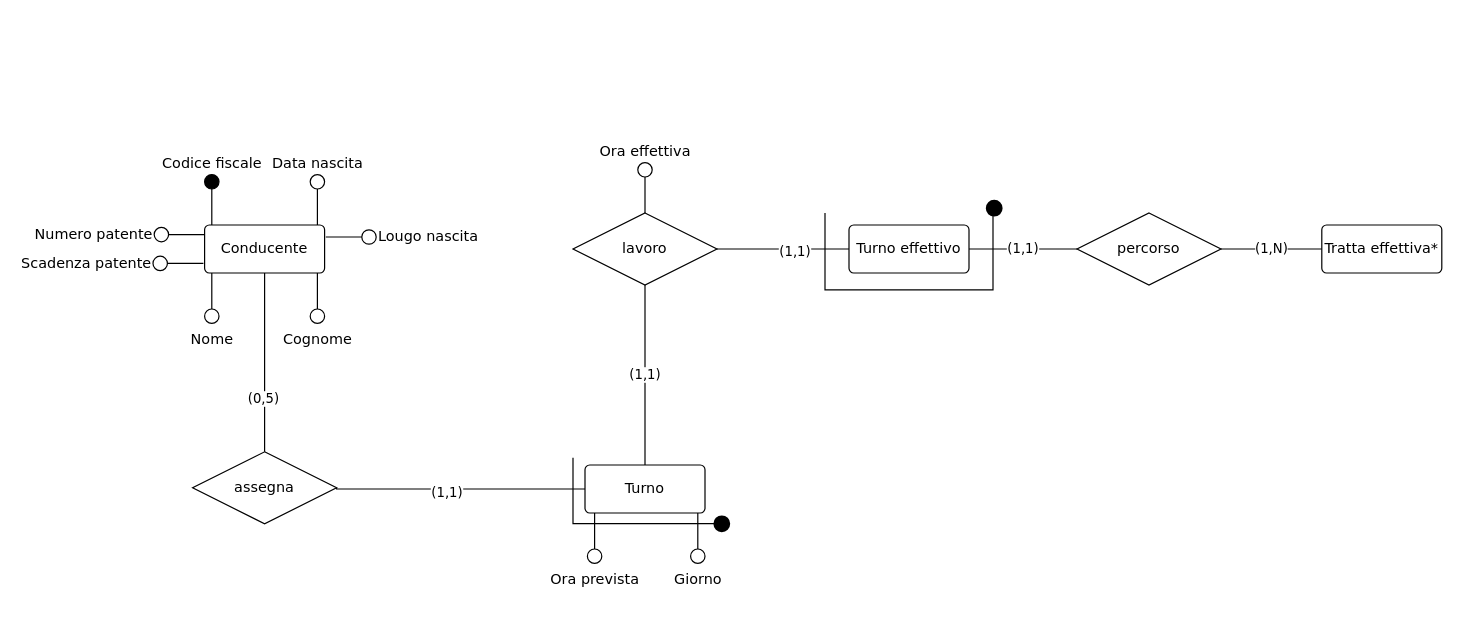
Earlier version of the draw.io diagram page "Turni" (2 of 4) of doc/ER-Diagram.drawio (FNX-hub/Public-Transport-DB). Source tidied: cells renumbered, new cells numbered last; positions are measured from the earlier drawing's top-left corner, leaving out a move shared by most shapes. Both pictures are drawn from the tidied source at 120%, with x=0, y=0 at pixel (152, 162).
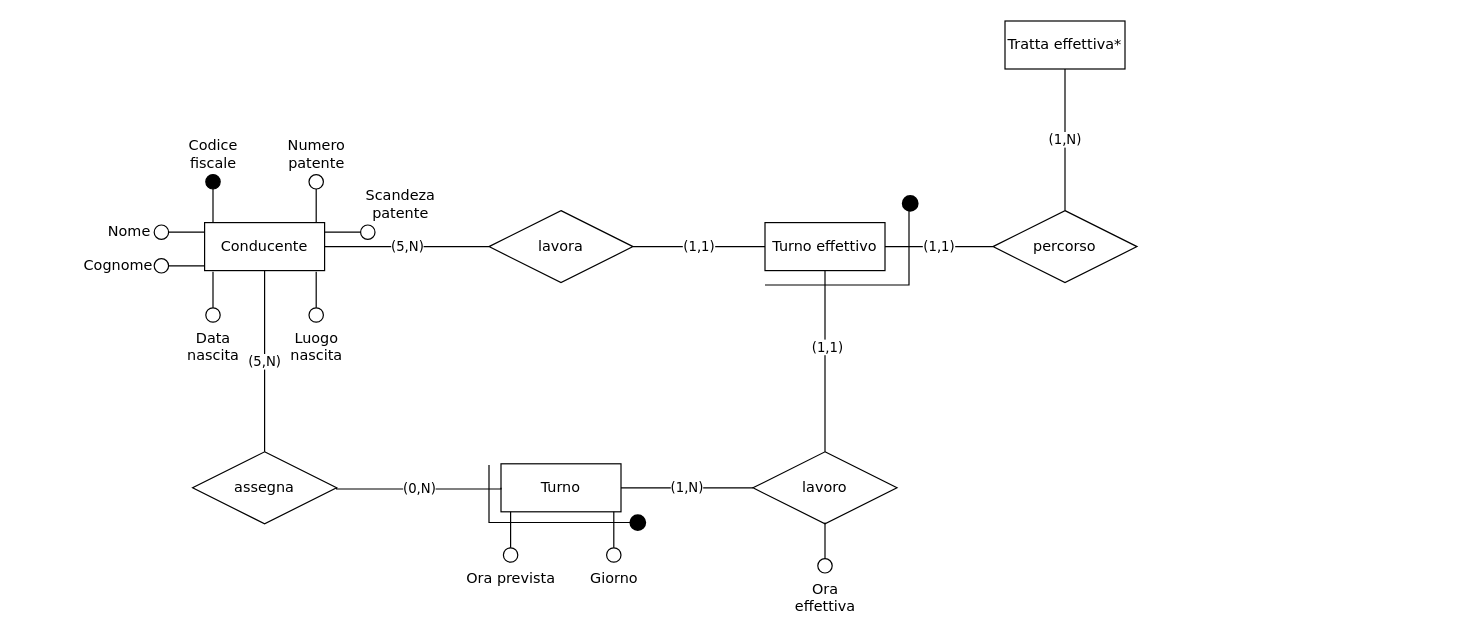
The same page after the edit.

What changed in the source:
```diff
@@
+    <mxCell id="3" value="&lt;div&gt;Codice&lt;/div&gt;&lt;div&gt;fiscale&lt;/div&gt;" style="shape=mxgraph.pid.fittings.blind_disc;html=1;align=center;verticalLabelPosition=top;verticalAlign=bottom;dashed=0;labelPosition=center;strokeWidth=1;fillColor=#FFFFFF;fontFamily=Verdana;direction=east;rounded=0;" parent="1" vertex="1">
+      <mxGeometry x="44" y="10" width="12" height="42" as="geometry" />
+    </mxCell>
+    <mxCell id="8" value="&lt;div&gt;Numero&lt;/div&gt;&lt;div&gt;patente&lt;br&gt;&lt;/div&gt;" style="shape=mxgraph.pid.fittings.open_disc;html=1;align=center;verticalLabelPosition=top;verticalAlign=bottom;dashed=0;labelPosition=center;horizontal=1;direction=east;labelBackgroundColor=none;labelBorderColor=none;fontFamily=Verdana;rounded=0;" parent="1" vertex="1">
+      <mxGeometry x="130" y="10" width="12" height="42" as="geometry" />
+    </mxCell>
+    <mxCell id="6" value="Nome" style="shape=mxgraph.pid.fittings.open_disc;html=1;align=center;verticalLabelPosition=middle;verticalAlign=middle;dashed=0;labelPosition=left;horizontal=1;direction=north;labelBackgroundColor=none;labelBorderColor=none;fontFamily=Verdana;rounded=0;" parent="1" vertex="1">
+      <mxGeometry x="1" y="52" width="42" height="12" as="geometry" />
+    </mxCell>
+    <mxCell id="5" value="Cognome" style="shape=mxgraph.pid.fittings.open_disc;html=1;align=right;verticalLabelPosition=middle;verticalAlign=middle;dashed=0;labelPosition=left;horizontal=1;direction=north;labelBackgroundColor=none;labelBorderColor=none;fontFamily=Verdana;rounded=0;" parent="1" vertex="1">
+      <mxGeometry x="1" y="80" width="42" height="12" as="geometry" />
+    </mxCell>
-    <mxCell id="2" value="Conducente" style="rounded=1;arcSize=10;whiteSpace=wrap;html=1;align=center;strokeWidth=1;fillColor=#FFFFFF;fontFamily=Verdana;" parent="1" vertex="1">
-      <mxGeometry x="43" y="52" width="100" height="40" as="geometry" />
+    <mxCell id="2" value="Conducente" style="arcSize=10;whiteSpace=wrap;html=1;align=center;strokeWidth=1;fillColor=#FFFFFF;fontFamily=Verdana;rounded=0;" parent="1" vertex="1">
+      <mxGeometry x="43" y="50" width="100" height="40" as="geometry" />
     </mxCell>
-    <mxCell id="3" value="Codice fiscale" style="shape=mxgraph.pid.fittings.blind_disc;html=1;align=center;verticalLabelPosition=top;verticalAlign=bottom;dashed=0;labelPosition=center;strokeWidth=1;fillColor=#FFFFFF;fontFamily=Verdana;" parent="1" vertex="1">
-      <mxGeometry x="43" y="10" width="12" height="42" as="geometry" />
-    </mxCell>
-    <mxCell id="4" value="&lt;div&gt;Data nascita&lt;/div&gt;" style="shape=mxgraph.pid.fittings.open_disc;html=1;align=center;verticalLabelPosition=top;verticalAlign=bottom;dashed=0;labelPosition=center;strokeWidth=1;fillColor=#FFFFFF;fontFamily=Verdana;" parent="1" vertex="1">
-      <mxGeometry x="131" y="10" width="12" height="42" as="geometry" />
+    <mxCell id="4" value="&lt;div&gt;Data&lt;/div&gt;&lt;div&gt;nascita&lt;br&gt;&lt;/div&gt;" style="shape=mxgraph.pid.fittings.open_disc;html=1;align=center;verticalLabelPosition=bottom;verticalAlign=top;dashed=0;labelPosition=center;strokeWidth=1;fillColor=#FFFFFF;fontFamily=Verdana;direction=west;rounded=0;" parent="1" vertex="1">
+      <mxGeometry x="44" y="91" width="12" height="42" as="geometry" />
     </mxCell>
-    <mxCell id="5" value="Cognome" style="shape=mxgraph.pid.fittings.open_disc;html=1;align=center;verticalLabelPosition=bottom;verticalAlign=top;dashed=0;labelPosition=center;horizontal=1;direction=west;strokeWidth=1;fillColor=#FFFFFF;fontFamily=Verdana;" parent="1" vertex="1">
-      <mxGeometry x="131" y="92" width="12" height="42" as="geometry" />
-    </mxCell>
-    <mxCell id="6" value="Nome" style="shape=mxgraph.pid.fittings.open_disc;html=1;align=center;verticalLabelPosition=bottom;verticalAlign=top;dashed=0;labelPosition=center;horizontal=1;direction=west;strokeWidth=1;fillColor=#FFFFFF;fontFamily=Verdana;" parent="1" vertex="1">
-      <mxGeometry x="43" y="92" width="12" height="42" as="geometry" />
-    </mxCell>
-    <mxCell id="7" value="&lt;div&gt;Lougo nascita&lt;/div&gt;" style="shape=mxgraph.pid.fittings.open_disc;html=1;align=left;verticalLabelPosition=middle;verticalAlign=middle;dashed=0;labelPosition=right;horizontal=1;direction=south;strokeWidth=1;fillColor=#FFFFFF;fontFamily=Verdana;" parent="1" vertex="1">
-      <mxGeometry x="144" y="56" width="42" height="12" as="geometry" />
-    </mxCell>
-    <mxCell id="8" value="Numero patente" style="shape=mxgraph.pid.fittings.open_disc;html=1;align=right;verticalLabelPosition=middle;verticalAlign=middle;dashed=0;labelPosition=left;horizontal=1;direction=south;strokeWidth=1;fillColor=#FFFFFF;flipH=1;fontFamily=Verdana;" parent="1" vertex="1">
-      <mxGeometry x="1" y="54" width="42" height="12" as="geometry" />
-    </mxCell>
-    <mxCell id="9" value="Scadenza patente" style="shape=mxgraph.pid.fittings.open_disc;html=1;align=right;verticalLabelPosition=middle;verticalAlign=middle;dashed=0;labelPosition=left;horizontal=1;direction=south;strokeWidth=1;fillColor=#FFFFFF;flipH=1;fontFamily=Verdana;" parent="1" vertex="1">
-      <mxGeometry y="78" width="42" height="12" as="geometry" />
-    </mxCell>
-    <mxCell id="10" value="Turno" style="rounded=1;arcSize=10;whiteSpace=wrap;html=1;align=center;fontFamily=Verdana;" parent="1" vertex="1">
-      <mxGeometry x="360" y="252" width="100" height="40" as="geometry" />
+    <mxCell id="10" value="Turno" style="arcSize=10;whiteSpace=wrap;html=1;align=center;fontFamily=Verdana;rounded=0;" parent="1" vertex="1">
+      <mxGeometry x="290" y="251" width="100" height="40" as="geometry" />
     </mxCell>
-    <mxCell id="11" value="&lt;div&gt;Turno effettivo&lt;/div&gt;" style="rounded=1;arcSize=10;whiteSpace=wrap;html=1;align=center;fillColor=#FFFFFF;fontFamily=Verdana;" parent="1" vertex="1">
-      <mxGeometry x="580" y="52" width="100" height="40" as="geometry" />
+    <mxCell id="11" value="&lt;div&gt;Turno effettivo&lt;/div&gt;" style="arcSize=10;whiteSpace=wrap;html=1;align=center;fillColor=#FFFFFF;fontFamily=Verdana;rounded=0;" parent="1" vertex="1">
+      <mxGeometry x="510" y="50" width="100" height="40" as="geometry" />
     </mxCell>
-    <mxCell id="12" value="assegna" style="shape=rhombus;perimeter=rhombusPerimeter;whiteSpace=wrap;html=1;align=center;fillColor=#FFFFFF;fontFamily=Verdana;" parent="1" vertex="1">
+    <mxCell id="12" value="assegna" style="shape=rhombus;perimeter=rhombusPerimeter;whiteSpace=wrap;html=1;align=center;fillColor=#FFFFFF;fontFamily=Verdana;rounded=0;" parent="1" vertex="1">
       <mxGeometry x="33" y="241" width="120" height="60" as="geometry" />
     </mxCell>
-    <mxCell id="13" style="endArrow=none;html=1;rounded=0;exitX=0.5;exitY=1;exitDx=0;exitDy=0;entryX=0.5;entryY=0;entryDx=0;entryDy=0;fontFamily=Verdana;" parent="1" edge="1" source="2" target="12">
+    <mxCell id="13" value="(5,N)" style="endArrow=none;html=1;exitX=0.5;exitY=1;exitDx=0;exitDy=0;entryX=0.5;entryY=0;entryDx=0;entryDy=0;fontFamily=Verdana;rounded=0;" parent="1" edge="1" source="2" target="12">
       <mxGeometry relative="1" as="geometry" />
     </mxCell>
-    <mxCell id="14" value="(0,5)" style="edgeLabel;html=1;align=center;verticalAlign=middle;fontFamily=Verdana;" parent="13" vertex="1">
-      <mxGeometry x="0.4" y="-2" relative="1" as="geometry" />
-    </mxCell>
-    <mxCell id="15" style="endArrow=none;html=1;rounded=0;exitX=1;exitY=0.5;exitDx=0;exitDy=0;entryX=0;entryY=0.5;entryDx=0;entryDy=0;edgeStyle=elbowEdgeStyle;elbow=vertical;fontFamily=Verdana;" parent="1" edge="1" source="12" target="10">
+    <mxCell id="15" value="(0,N)" style="endArrow=none;html=1;exitX=1;exitY=0.5;exitDx=0;exitDy=0;entryX=0;entryY=0.5;entryDx=0;entryDy=0;edgeStyle=elbowEdgeStyle;elbow=vertical;fontFamily=Verdana;rounded=0;" parent="1" edge="1" source="12" target="10">
       <mxGeometry relative="1" as="geometry">
         <Array as="points">
           <mxPoint x="230" y="272" />
         </Array>
       </mxGeometry>
     </mxCell>
-    <mxCell id="16" value="(1,1)" style="edgeLabel;html=1;align=center;verticalAlign=middle;fontFamily=Verdana;" parent="15" vertex="1">
-      <mxGeometry x="-0.12" y="-2" relative="1" as="geometry" />
-    </mxCell>
-    <mxCell id="17" value="lavoro" style="shape=rhombus;perimeter=rhombusPerimeter;whiteSpace=wrap;html=1;align=center;fillColor=#FFFFFF;fontFamily=Verdana;" parent="1" vertex="1">
-      <mxGeometry x="350" y="42" width="120" height="60" as="geometry" />
+    <mxCell id="17" value="lavoro" style="shape=rhombus;perimeter=rhombusPerimeter;whiteSpace=wrap;html=1;align=center;fillColor=#FFFFFF;fontFamily=Verdana;rounded=0;" parent="1" vertex="1">
+      <mxGeometry x="500" y="241" width="120" height="60" as="geometry" />
     </mxCell>
-    <mxCell id="18" style="endArrow=none;html=1;rounded=0;entryX=0;entryY=0.5;entryDx=0;entryDy=0;exitX=1;exitY=0.5;exitDx=0;exitDy=0;fontFamily=Verdana;" parent="1" edge="1" source="17" target="11">
+    <mxCell id="18" style="endArrow=none;html=1;entryX=0.5;entryY=1;entryDx=0;entryDy=0;exitX=0.5;exitY=0;exitDx=0;exitDy=0;fontFamily=Verdana;rounded=0;" parent="1" edge="1" source="17" target="11">
       <mxGeometry relative="1" as="geometry" />
     </mxCell>
-    <mxCell id="19" value="(1,1)" style="edgeLabel;html=1;align=center;verticalAlign=middle;fontFamily=Verdana;" parent="18" vertex="1">
+    <mxCell id="19" value="(1,1)" style="edgeLabel;html=1;align=center;verticalAlign=middle;fontFamily=Verdana;rounded=0;" parent="18" vertex="1">
       <mxGeometry x="0.16" y="-1" relative="1" as="geometry" />
     </mxCell>
-    <mxCell id="20" value="(1,1)" style="endArrow=none;html=1;rounded=0;exitX=0.5;exitY=0;exitDx=0;exitDy=0;entryX=0.5;entryY=1;entryDx=0;entryDy=0;fontFamily=Verdana;" parent="1" edge="1" source="10" target="17">
+    <mxCell id="20" value="(1,N)" style="endArrow=none;html=1;exitX=1;exitY=0.5;exitDx=0;exitDy=0;entryX=0;entryY=0.5;entryDx=0;entryDy=0;fontFamily=Verdana;rounded=0;" parent="1" edge="1" source="10" target="17">
       <mxGeometry relative="1" as="geometry" />
     </mxCell>
-    <mxCell id="21" value="Tratta effettiva*" style="rounded=1;arcSize=10;whiteSpace=wrap;html=1;align=center;fillColor=#FFFFFF;fontFamily=Verdana;" parent="1" vertex="1">
-      <mxGeometry x="974" y="52" width="100" height="40" as="geometry" />
+    <mxCell id="21" value="Tratta effettiva*" style="arcSize=10;whiteSpace=wrap;html=1;align=center;fillColor=#FFFFFF;fontFamily=Verdana;rounded=0;" parent="1" vertex="1">
+      <mxGeometry x="710" y="-118" width="100" height="40" as="geometry" />
     </mxCell>
-    <mxCell id="22" value="percorso" style="shape=rhombus;perimeter=rhombusPerimeter;whiteSpace=wrap;html=1;align=center;fillColor=#FFFFFF;fontFamily=Verdana;" parent="1" vertex="1">
-      <mxGeometry x="770" y="42" width="120" height="60" as="geometry" />
+    <mxCell id="22" value="percorso" style="shape=rhombus;perimeter=rhombusPerimeter;whiteSpace=wrap;html=1;align=center;fillColor=#FFFFFF;fontFamily=Verdana;rounded=0;" parent="1" vertex="1">
+      <mxGeometry x="700" y="40" width="120" height="60" as="geometry" />
     </mxCell>
-    <mxCell id="23" value="(1,1)" style="endArrow=none;html=1;rounded=0;entryX=0;entryY=0.5;entryDx=0;entryDy=0;exitX=1;exitY=0.5;exitDx=0;exitDy=0;fontFamily=Verdana;" parent="1" edge="1" source="11" target="22">
+    <mxCell id="23" value="(1,1)" style="endArrow=none;html=1;exitX=1;exitY=0.5;exitDx=0;exitDy=0;fontFamily=Verdana;entryX=0;entryY=0.5;entryDx=0;entryDy=0;rounded=0;" parent="1" edge="1" source="11" target="22">
       <mxGeometry relative="1" as="geometry" />
     </mxCell>
-    <mxCell id="24" value="(1,N)" style="endArrow=none;html=1;rounded=0;entryX=0;entryY=0.5;entryDx=0;entryDy=0;exitX=1;exitY=0.5;exitDx=0;exitDy=0;fontFamily=Verdana;" parent="1" edge="1" source="22" target="21">
+    <mxCell id="24" value="(1,N)" style="endArrow=none;html=1;entryX=0.5;entryY=1;entryDx=0;entryDy=0;exitX=0.5;exitY=0;exitDx=0;exitDy=0;fontFamily=Verdana;rounded=0;" parent="1" edge="1" source="22" target="21">
       <mxGeometry relative="1" as="geometry" />
     </mxCell>
-    <mxCell id="25" value="Giorno" style="shape=mxgraph.pid.fittings.open_disc;html=1;align=center;verticalLabelPosition=bottom;verticalAlign=top;dashed=0;labelPosition=center;horizontal=1;direction=west;fontFamily=Verdana;" parent="1" vertex="1">
-      <mxGeometry x="448" y="292" width="12" height="42" as="geometry" />
+    <mxCell id="25" value="Giorno" style="shape=mxgraph.pid.fittings.open_disc;html=1;align=center;verticalLabelPosition=bottom;verticalAlign=top;dashed=0;labelPosition=center;horizontal=1;direction=west;fontFamily=Verdana;rounded=0;" parent="1" vertex="1">
+      <mxGeometry x="378" y="291" width="12" height="42" as="geometry" />
     </mxCell>
-    <mxCell id="26" value="Ora prevista" style="shape=mxgraph.pid.fittings.open_disc;html=1;align=center;verticalLabelPosition=bottom;verticalAlign=top;dashed=0;labelPosition=center;horizontal=1;direction=west;fontFamily=Verdana;" parent="1" vertex="1">
-      <mxGeometry x="362" y="292" width="12" height="42" as="geometry" />
+    <mxCell id="26" value="Ora prevista" style="shape=mxgraph.pid.fittings.open_disc;html=1;align=center;verticalLabelPosition=bottom;verticalAlign=top;dashed=0;labelPosition=center;horizontal=1;direction=west;fontFamily=Verdana;rounded=0;" parent="1" vertex="1">
+      <mxGeometry x="292" y="291" width="12" height="42" as="geometry" />
     </mxCell>
-    <mxCell id="27" style="endArrow=none;html=1;rounded=0;align=left;edgeStyle=elbowEdgeStyle;fontFamily=Verdana;" parent="1" edge="1">
+    <mxCell id="27" style="endArrow=none;html=1;align=left;edgeStyle=elbowEdgeStyle;fontFamily=Verdana;rounded=0;" parent="1" edge="1">
       <mxGeometry relative="1" as="geometry">
-        <mxPoint x="350" y="246" as="sourcePoint" />
-        <mxPoint x="480" y="300.9" as="targetPoint" />
+        <mxPoint x="280" y="252" as="sourcePoint" />
+        <mxPoint x="410" y="299.9" as="targetPoint" />
         <Array as="points">
-          <mxPoint x="350" y="276" />
+          <mxPoint x="280" y="275" />
         </Array>
       </mxGeometry>
     </mxCell>
-    <mxCell id="28" style="strokeWidth=2;html=1;shape=mxgraph.flowchart.start_2;whiteSpace=wrap;fillColor=#000000;align=center;verticalAlign=bottom;fontFamily=Verdana;" parent="1" vertex="1">
-      <mxGeometry x="468" y="295" width="12" height="12" as="geometry" />
+    <mxCell id="28" style="strokeWidth=2;html=1;shape=mxgraph.flowchart.start_2;whiteSpace=wrap;fillColor=#000000;align=center;verticalAlign=bottom;fontFamily=Verdana;rounded=0;" parent="1" vertex="1">
+      <mxGeometry x="398" y="294" width="12" height="12" as="geometry" />
     </mxCell>
-    <mxCell id="29" style="endArrow=none;html=1;rounded=0;align=left;edgeStyle=elbowEdgeStyle;elbow=vertical;fontFamily=Verdana;" parent="1" edge="1">
+    <mxCell id="29" style="endArrow=none;html=1;align=left;edgeStyle=elbowEdgeStyle;elbow=vertical;fontFamily=Verdana;rounded=0;" parent="1" edge="1">
       <mxGeometry relative="1" as="geometry">
-        <mxPoint x="560" y="42" as="sourcePoint" />
-        <mxPoint x="700" y="42" as="targetPoint" />
+        <mxPoint x="510" y="102" as="sourcePoint" />
+        <mxPoint x="630" y="38" as="targetPoint" />
         <Array as="points">
-          <mxPoint x="630" y="106" />
+          <mxPoint x="560" y="102" />
         </Array>
       </mxGeometry>
     </mxCell>
-    <mxCell id="30" style="strokeWidth=2;html=1;shape=mxgraph.flowchart.start_2;whiteSpace=wrap;fillColor=#000000;align=center;verticalAlign=bottom;fontFamily=Verdana;" parent="1" vertex="1">
-      <mxGeometry x="695" y="32" width="12" height="12" as="geometry" />
+    <mxCell id="30" style="strokeWidth=2;html=1;shape=mxgraph.flowchart.start_2;whiteSpace=wrap;fillColor=#000000;align=center;verticalAlign=bottom;fontFamily=Verdana;rounded=0;" parent="1" vertex="1">
+      <mxGeometry x="625" y="28" width="12" height="12" as="geometry" />
     </mxCell>
-    <mxCell id="31" value="&lt;div&gt;Ora effettiva&lt;/div&gt;" style="shape=mxgraph.pid.fittings.open_disc;html=1;align=center;verticalLabelPosition=top;verticalAlign=bottom;dashed=0;labelPosition=center;fontFamily=Verdana;" parent="1" vertex="1">
-      <mxGeometry x="404" width="12" height="42" as="geometry" />
+    <mxCell id="31" value="&lt;div&gt;Ora&lt;/div&gt;&lt;div&gt;effettiva&lt;br&gt;&lt;/div&gt;" style="shape=mxgraph.pid.fittings.open_disc;html=1;align=center;verticalLabelPosition=bottom;verticalAlign=top;dashed=0;labelPosition=center;fontFamily=Verdana;direction=west;rounded=0;" parent="1" vertex="1">
+      <mxGeometry x="554" y="300" width="12" height="42" as="geometry" />
     </mxCell>
+    <mxCell id="32" value="&lt;div&gt;Luogo&lt;/div&gt;&lt;div&gt;nascita&lt;br&gt;&lt;/div&gt;" style="shape=mxgraph.pid.fittings.open_disc;html=1;align=center;verticalLabelPosition=bottom;verticalAlign=top;dashed=0;labelPosition=center;horizontal=1;direction=west;labelBackgroundColor=none;labelBorderColor=none;fontFamily=Verdana;rounded=0;" parent="1" vertex="1">
+      <mxGeometry x="130" y="91" width="12" height="42" as="geometry" />
+    </mxCell>
+    <mxCell id="33" value="&lt;div&gt;Scandeza&lt;/div&gt;&lt;div&gt;patente&lt;br&gt;&lt;/div&gt;" style="shape=mxgraph.pid.fittings.open_disc;html=1;align=center;verticalLabelPosition=top;verticalAlign=bottom;dashed=0;labelPosition=right;horizontal=1;direction=south;labelBackgroundColor=none;labelBorderColor=none;fontFamily=Verdana;rounded=0;" parent="1" vertex="1">
+      <mxGeometry x="143" y="52" width="42" height="12" as="geometry" />
+    </mxCell>
+    <mxCell id="34" value="lavora" style="shape=rhombus;perimeter=rhombusPerimeter;whiteSpace=wrap;html=1;align=center;fillColor=#FFFFFF;labelBackgroundColor=none;labelBorderColor=none;fontFamily=Verdana;rounded=0;" parent="1" vertex="1">
+      <mxGeometry x="280" y="40" width="120" height="60" as="geometry" />
+    </mxCell>
+    <mxCell id="16" value="(1,1)" style="endArrow=none;html=1;fontFamily=Verdana;exitX=1;exitY=0.5;exitDx=0;exitDy=0;entryX=0;entryY=0.5;entryDx=0;entryDy=0;rounded=0;" parent="1" edge="1" source="34" target="11">
+      <mxGeometry relative="1" as="geometry" />
+    </mxCell>
+    <mxCell id="35" value="(5,N)" style="endArrow=none;html=1;fontFamily=Verdana;exitX=1;exitY=0.5;exitDx=0;exitDy=0;rounded=0;" parent="1" edge="1" source="2" target="34">
+      <mxGeometry relative="1" as="geometry" />
+    </mxCell>
```
